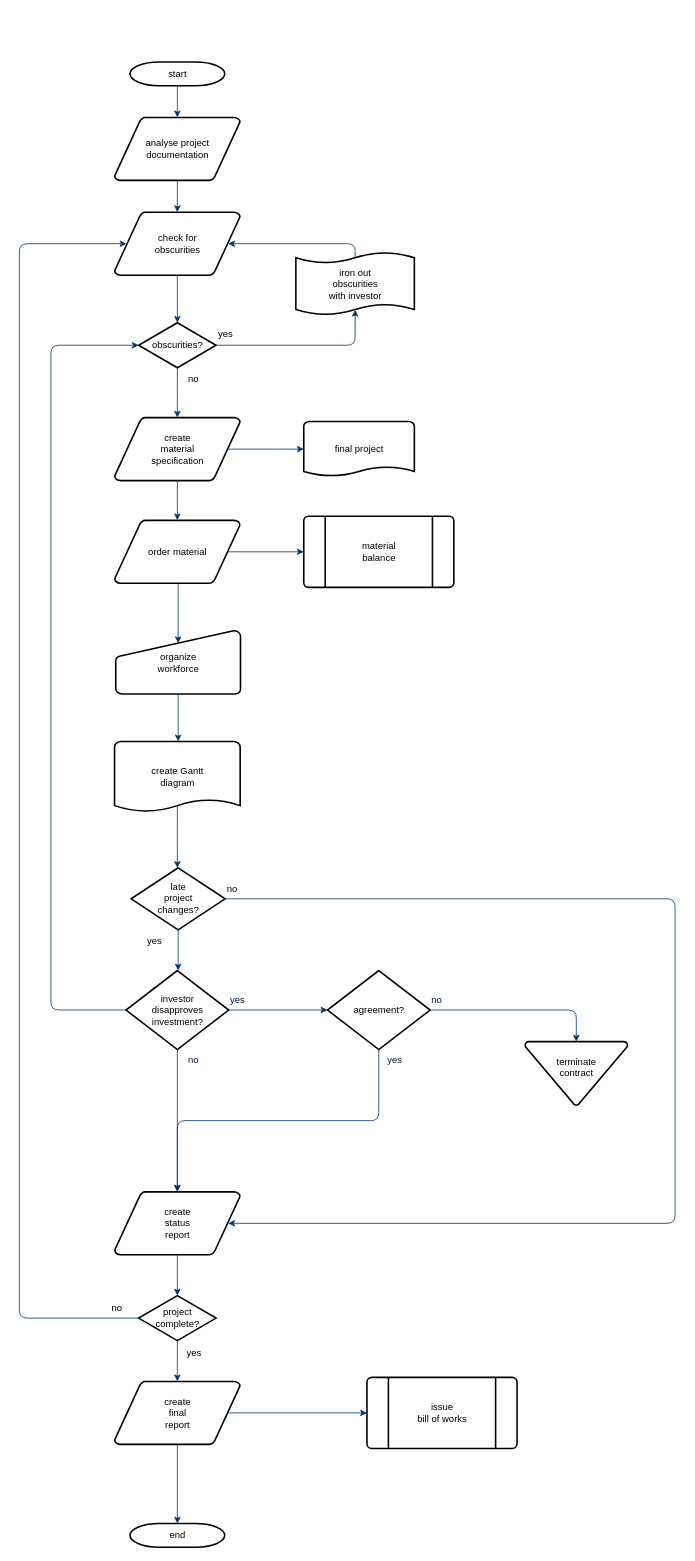
The draw.io diagram 监管链流程图.drawio in b897846872/blogbackui, before the edit. Source tidied: cells renumbered, new cells numbered last; positions are measured from the earlier drawing's top-left corner, leaving out a move shared by most shapes. Both pictures are drawn from the tidied source at 79%, with x=0, y=0 at pixel (19, 62).
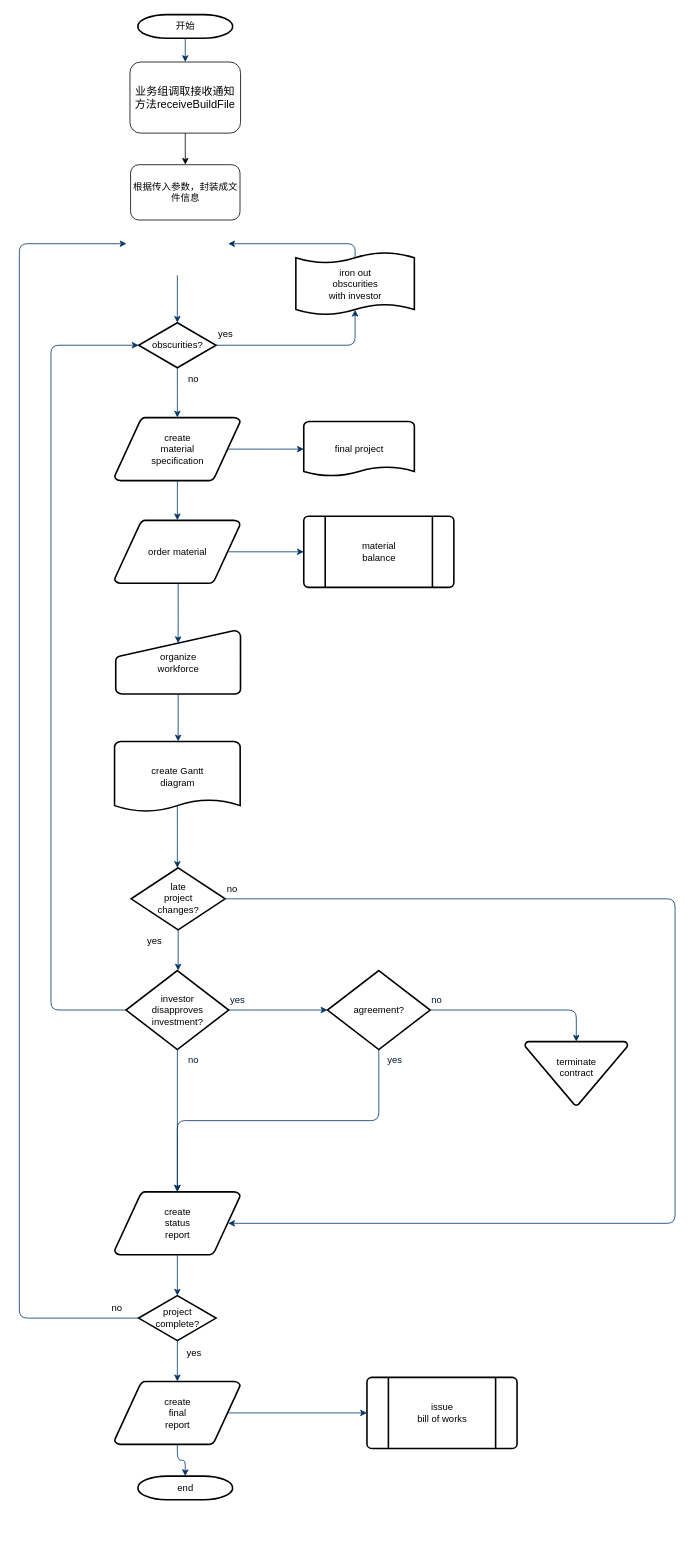
After the change.

Commit message:
更新监管链流程图.drawio

Unchanged cells that the change refers to:
```xml
<mxCell id="6" value="obscurities?" style="shape=mxgraph.flowchart.decision;strokeWidth=2;gradientColor=none;gradientDirection=north;fontStyle=0;html=1;" parent="1" vertex="1">
  <mxGeometry x="151" y="330" width="98" height="57" as="geometry" />
</mxCell>
<mxCell id="37" value="project&#10;complete?" style="shape=mxgraph.flowchart.decision;strokeWidth=2;gradientColor=none;gradientDirection=north;fontStyle=0;html=1;" parent="1" vertex="1">
  <mxGeometry x="151" y="1561.5" width="98" height="57" as="geometry" />
</mxCell>
<mxCell id="51" value="iron out&#10;obscurities &#10;with investor" style="shape=mxgraph.flowchart.paper_tape;strokeWidth=2;gradientColor=none;gradientDirection=north;fontStyle=0;html=1;" parent="1" vertex="1">
  <mxGeometry x="350" y="240" width="150" height="81" as="geometry" />
</mxCell>
```

The edit, as a diff of the source:
```diff
@@
-    <mxCell id="2" value="start" style="shape=mxgraph.flowchart.terminator;strokeWidth=2;gradientColor=none;gradientDirection=north;fontStyle=0;html=1;" parent="1" vertex="1">
-      <mxGeometry x="140" width="120" height="30" as="geometry" />
+    <mxCell id="2" value="开始" style="shape=mxgraph.flowchart.terminator;strokeWidth=2;gradientColor=none;gradientDirection=north;fontStyle=0;html=1;" parent="1" vertex="1">
+      <mxGeometry x="150" y="-60" width="120" height="30" as="geometry" />
     </mxCell>
-    <mxCell id="3" value="analyse project&#10; documentation" style="shape=mxgraph.flowchart.data;strokeWidth=2;gradientColor=none;gradientDirection=north;fontStyle=0;html=1;" parent="1" vertex="1">
-      <mxGeometry x="120.5" y="70" width="159" height="80" as="geometry" />
-    </mxCell>
@@
-    <mxCell id="5" value="check for&#10;obscurities" style="shape=mxgraph.flowchart.data;strokeWidth=2;gradientColor=none;gradientDirection=north;fontStyle=0;html=1;" parent="1" vertex="1">
-      <mxGeometry x="120.5" y="190" width="159" height="80" as="geometry" />
-    </mxCell>
@@
-    <mxCell id="7" style="fontStyle=1;strokeColor=#003366;strokeWidth=1;html=1;" parent="1" edge="1" source="2" target="3">
+    <mxCell id="7" style="fontStyle=1;strokeColor=#003366;strokeWidth=1;html=1;entryX=0.5;entryY=0;entryDx=0;entryDy=0;" parent="1" edge="1" source="2" target="57">
       <mxGeometry relative="1" as="geometry" />
     </mxCell>
-    <mxCell id="8" style="fontStyle=1;strokeColor=#003366;strokeWidth=1;html=1;" parent="1" edge="1" source="3" target="5">
-      <mxGeometry relative="1" as="geometry" />
-    </mxCell>
-    <mxCell id="9" style="entryX=0.5;entryY=0;entryPerimeter=0;fontStyle=1;strokeColor=#003366;strokeWidth=1;html=1;" parent="1" edge="1" source="5" target="6">
-      <mxGeometry relative="1" as="geometry" />
+    <mxCell id="9" style="entryX=0.5;entryY=0;entryPerimeter=0;fontStyle=1;strokeColor=#003366;strokeWidth=1;html=1;" parent="1" edge="1" target="6">
+      <mxGeometry relative="1" as="geometry">
+        <mxPoint x="200" y="270" as="sourcePoint" />
+      </mxGeometry>
     </mxCell>
@@
     <mxCell id="40" value="end" style="shape=mxgraph.flowchart.terminator;strokeWidth=2;gradientColor=none;gradientDirection=north;fontStyle=0;html=1;" parent="1" vertex="1">
-      <mxGeometry x="140" y="1850" width="120" height="30" as="geometry" />
+      <mxGeometry x="150" y="1790" width="120" height="30" as="geometry" />
     </mxCell>
@@
-    <mxCell id="52" style="edgeStyle=elbowEdgeStyle;elbow=horizontal;exitX=0.5;exitY=0.09;exitPerimeter=0;entryX=0.905;entryY=0.5;entryPerimeter=0;fontStyle=1;strokeColor=#003366;strokeWidth=1;html=1;" parent="1" edge="1" source="51" target="5">
+    <mxCell id="52" style="edgeStyle=elbowEdgeStyle;elbow=horizontal;exitX=0.5;exitY=0.09;exitPerimeter=0;entryX=0.905;entryY=0.5;entryPerimeter=0;fontStyle=1;strokeColor=#003366;strokeWidth=1;html=1;" parent="1" edge="1" source="51">
       <mxGeometry as="geometry">
+        <mxPoint x="264.4" y="230" as="targetPoint" />
         <Array as="points">
           <mxPoint x="425" y="240" />
         </Array>
       </mxGeometry>
     </mxCell>
@@
-    <mxCell id="54" style="edgeStyle=elbowEdgeStyle;elbow=horizontal;exitX=0;exitY=0.5;exitPerimeter=0;entryX=0.095;entryY=0.5;entryPerimeter=0;fontStyle=1;strokeColor=#003366;strokeWidth=1;html=1;" parent="1" edge="1" source="37" target="5">
+    <mxCell id="54" style="edgeStyle=elbowEdgeStyle;elbow=horizontal;exitX=0;exitY=0.5;exitPerimeter=0;entryX=0.095;entryY=0.5;entryPerimeter=0;fontStyle=1;strokeColor=#003366;strokeWidth=1;html=1;" parent="1" edge="1" source="37">
       <mxGeometry as="geometry">
+        <mxPoint x="135.6" y="230" as="targetPoint" />
         <Array as="points">
           <mxPoint y="910" />
         </Array>
       </mxGeometry>
     </mxCell>
@@
+    <mxCell id="56" style="edgeStyle=orthogonalEdgeStyle;rounded=0;jettySize=auto;html=1;" parent="1" edge="1" source="57" target="58">
+      <mxGeometry relative="1" as="geometry" />
+    </mxCell>
+    <mxCell id="57" value="&lt;span style=&quot;font-size: 14px;&quot;&gt;业务组调取接收通知方法receiveBuildFile&lt;/span&gt;" style="rounded=1;whiteSpace=wrap;html=1;" parent="1" vertex="1">
+      <mxGeometry x="140" width="140" height="90" as="geometry" />
+    </mxCell>
+    <mxCell id="58" value="根据传入参数，封装成文件信息" style="rounded=1;whiteSpace=wrap;html=1;" parent="1" vertex="1">
+      <mxGeometry x="140.8" y="130" width="138.5" height="70" as="geometry" />
+    </mxCell>
```
